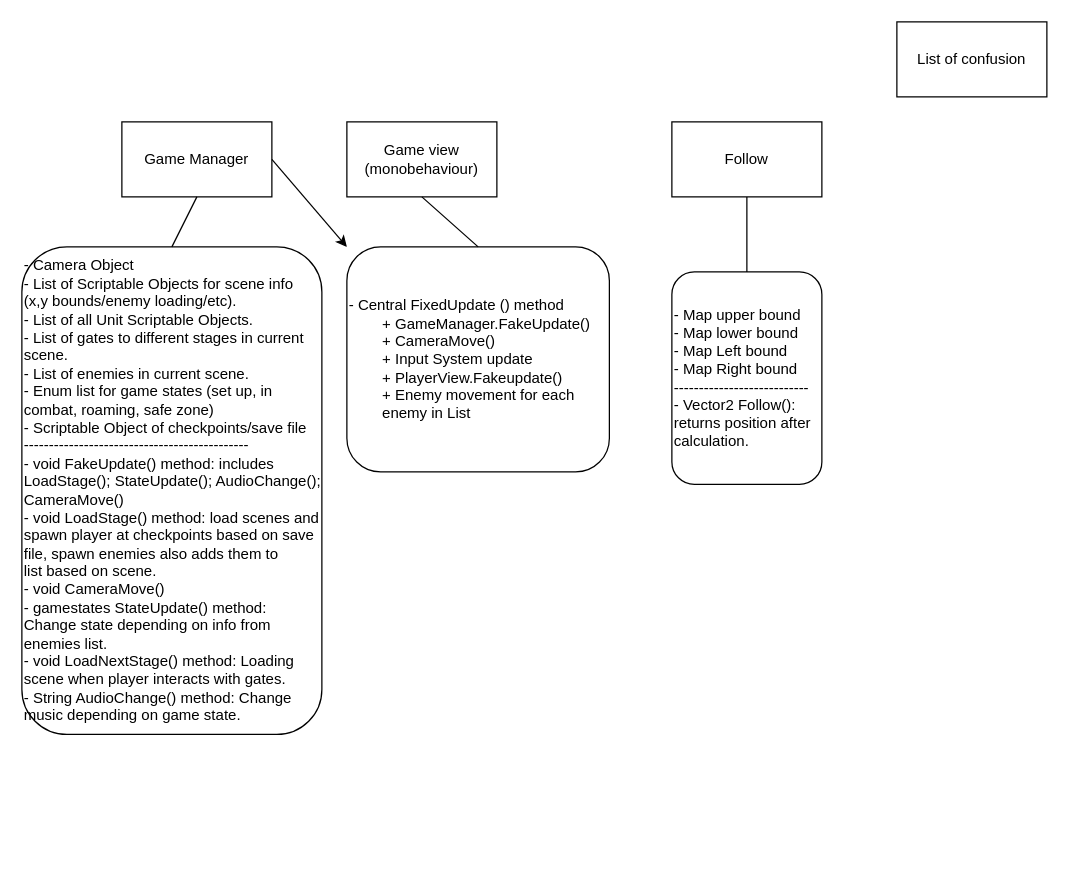
Above: Untitled Diagram.drawio in critschris/Attempt-at-Hollow-knight (draw.io), before the change. Source tidied: cells renumbered, new cells numbered last; positions are measured from the earlier drawing's top-left corner, leaving out a move shared by most shapes. Both pictures are drawn from the tidied source at 125%, with x=0, y=0 at pixel (21, 21).
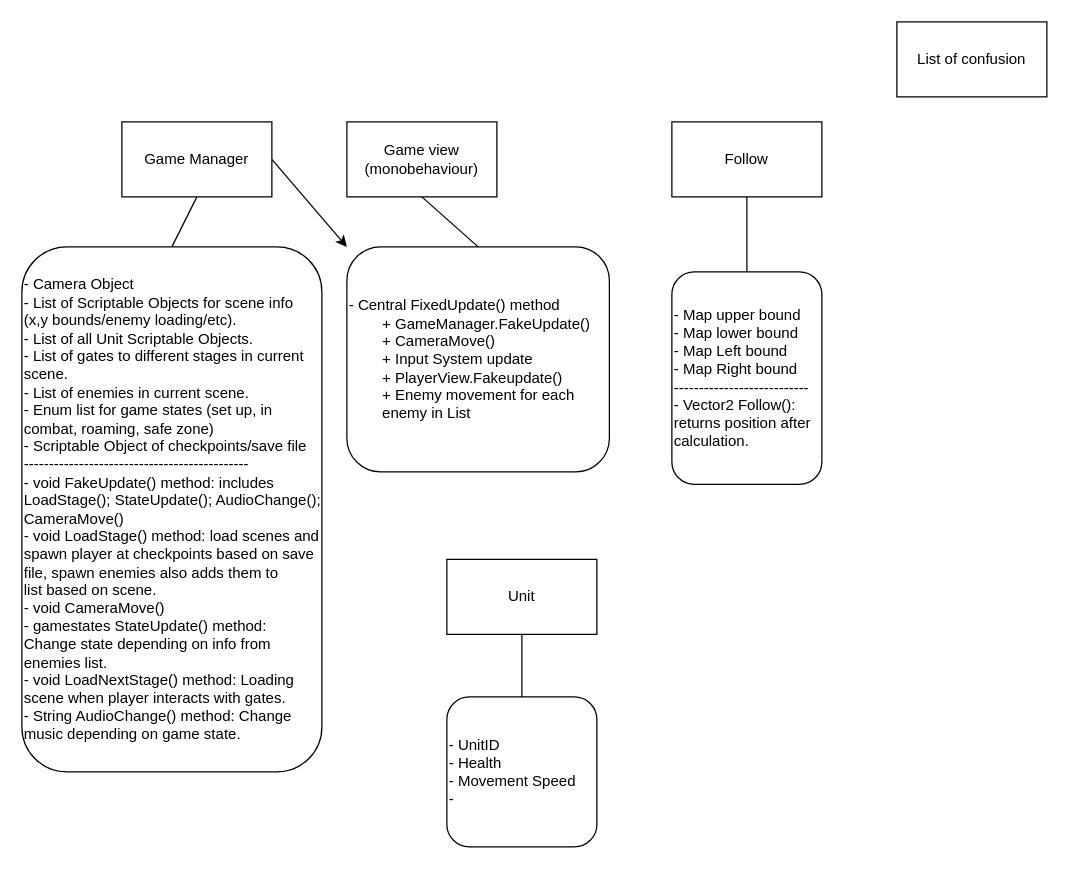
Above is the later version.

The edit, as a diff of the source:
```diff
@@
 <mxGraphModel>
   <root>
     <mxCell id="0" />
     <mxCell id="1" parent="0" />
     <mxCell id="2" value="Game Manager" style="rounded=0;whiteSpace=wrap;html=1;" parent="1" vertex="1">
       <mxGeometry x="80" y="80" width="120" height="60" as="geometry" />
     </mxCell>
     <mxCell id="3" value="&lt;div&gt;- Camera Object&lt;/div&gt;&lt;div&gt;- List of Scriptable Objects for scene info (x,y bounds/enemy loading/etc).&lt;/div&gt;&lt;div&gt;- List of all Unit Scriptable Objects.&lt;/div&gt;&lt;div&gt;- List of gates to different stages in current scene.&lt;/div&gt;&lt;div&gt;- List of enemies in current scene.&lt;br&gt;&lt;/div&gt;&lt;div&gt;- Enum list for game states (set up, in combat, roaming, safe zone)&lt;/div&gt;&lt;div&gt;- Scriptable Object of checkpoints/save file&lt;/div&gt;&lt;div&gt;---------------------------------------------&lt;/div&gt;&lt;div&gt;- void FakeUpdate() method: includes LoadStage(); StateUpdate(); AudioChange(); CameraMove()&lt;/div&gt;&lt;div&gt;- void LoadStage() method: load scenes and spawn player at checkpoints&amp;nbsp;&lt;span style=&quot;background-color: initial;&quot;&gt;based on save file&lt;/span&gt;&lt;span style=&quot;background-color: initial;&quot;&gt;, spawn enemies also adds them to list&amp;nbsp;&lt;/span&gt;&lt;span style=&quot;background-color: initial;&quot;&gt;based on scene&lt;/span&gt;&lt;span style=&quot;background-color: initial;&quot;&gt;.&lt;/span&gt;&lt;/div&gt;&lt;div&gt;&lt;span style=&quot;background-color: initial;&quot;&gt;- void CameraMove()&lt;/span&gt;&lt;/div&gt;&lt;div&gt;- gamestates StateUpdate() method: Change state depending on info from enemies list.&lt;/div&gt;&lt;div&gt;- void LoadNextStage() method: Loading scene when player interacts with gates.&lt;/div&gt;&lt;div&gt;- String AudioChange() method: Change music depending on game state.&lt;/div&gt;" style="rounded=1;whiteSpace=wrap;html=1;align=left;" parent="1" vertex="1">
-      <mxGeometry y="180" width="240" height="390" as="geometry" />
+      <mxGeometry y="180" width="240" height="420" as="geometry" />
     </mxCell>
     <mxCell id="4" style="endArrow=none;html=1;rounded=0;exitX=0.5;exitY=0;exitDx=0;exitDy=0;entryX=0.5;entryY=1;entryDx=0;entryDy=0;" parent="1" edge="1" source="3" target="2">
       <mxGeometry relative="1" as="geometry" />
     </mxCell>
     <mxCell id="5" value="Game view (monobehaviour)" style="rounded=0;whiteSpace=wrap;html=1;" parent="1" vertex="1">
       <mxGeometry x="260" y="80" width="120" height="60" as="geometry" />
     </mxCell>
-    <mxCell id="6" value="&lt;div&gt;- Central FixedUpdate () method&lt;/div&gt;&lt;div&gt;&lt;span style=&quot;white-space: pre;&quot;&gt;&#9;&lt;/span&gt;+ GameManager.FakeUpdate()&lt;br&gt;&lt;/div&gt;&lt;div&gt;&lt;span style=&quot;white-space: pre;&quot;&gt;&#9;&lt;/span&gt;+ CameraMove()&lt;br&gt;&lt;/div&gt;&lt;div&gt;&lt;span style=&quot;white-space: pre;&quot;&gt;&#9;&lt;/span&gt;+ Input System update&lt;br&gt;&lt;/div&gt;&lt;div&gt;&lt;span style=&quot;white-space: pre;&quot;&gt;&#9;&lt;/span&gt;+ PlayerView.Fakeupdate()&lt;br&gt;&lt;/div&gt;&lt;div&gt;&lt;span style=&quot;white-space: pre;&quot;&gt;&#9;&lt;/span&gt;+ Enemy movement for each &lt;span style=&quot;white-space: pre;&quot;&gt;&#9;&lt;/span&gt;enemy in List&lt;/div&gt;" style="rounded=1;whiteSpace=wrap;html=1;align=left;" parent="1" vertex="1">
+    <mxCell id="6" value="&lt;div&gt;- Central FixedUpdate() method&lt;/div&gt;&lt;div&gt;&lt;span style=&quot;white-space: pre;&quot;&gt;&#9;&lt;/span&gt;+ GameManager.FakeUpdate()&lt;br&gt;&lt;/div&gt;&lt;div&gt;&lt;span style=&quot;white-space: pre;&quot;&gt;&#9;&lt;/span&gt;+ CameraMove()&lt;br&gt;&lt;/div&gt;&lt;div&gt;&lt;span style=&quot;white-space: pre;&quot;&gt;&#9;&lt;/span&gt;+ Input System update&lt;br&gt;&lt;/div&gt;&lt;div&gt;&lt;span style=&quot;white-space: pre;&quot;&gt;&#9;&lt;/span&gt;+ PlayerView.Fakeupdate()&lt;br&gt;&lt;/div&gt;&lt;div&gt;&lt;span style=&quot;white-space: pre;&quot;&gt;&#9;&lt;/span&gt;+ Enemy movement for each &lt;span style=&quot;white-space: pre;&quot;&gt;&#9;&lt;/span&gt;enemy in List&lt;/div&gt;" style="rounded=1;whiteSpace=wrap;html=1;align=left;" parent="1" vertex="1">
       <mxGeometry x="260" y="180" width="210" height="180" as="geometry" />
     </mxCell>
     <mxCell id="7" style="endArrow=none;html=1;rounded=0;exitX=0.5;exitY=1;exitDx=0;exitDy=0;entryX=0.5;entryY=0;entryDx=0;entryDy=0;" parent="1" edge="1" source="5" target="6">
       <mxGeometry relative="1" as="geometry" />
     </mxCell>
     <mxCell id="8" value="List of confusion" style="rounded=0;whiteSpace=wrap;html=1;" parent="1" vertex="1">
       <mxGeometry x="700" width="120" height="60" as="geometry" />
     </mxCell>
     <mxCell id="9" style="endArrow=classic;html=1;rounded=0;exitX=1;exitY=0.5;exitDx=0;exitDy=0;entryX=0;entryY=0;entryDx=0;entryDy=0;" parent="1" edge="1" source="2" target="6">
       <mxGeometry relative="1" as="geometry" />
     </mxCell>
     <mxCell id="10" value="Follow" style="rounded=0;whiteSpace=wrap;html=1;" parent="1" vertex="1">
       <mxGeometry x="520" y="80" width="120" height="60" as="geometry" />
     </mxCell>
     <mxCell id="11" value="- Map upper bound&lt;div&gt;- Map lower bound&lt;/div&gt;&lt;div&gt;- Map Left bound&lt;/div&gt;&lt;div&gt;- Map Right bound&lt;/div&gt;&lt;div&gt;---------------------------&lt;/div&gt;&lt;div&gt;- Vector2 Follow(): returns position after calculation.&lt;/div&gt;" style="rounded=1;whiteSpace=wrap;html=1;align=left;" parent="1" vertex="1">
       <mxGeometry x="520" y="200" width="120" height="170" as="geometry" />
     </mxCell>
     <mxCell id="12" style="endArrow=none;html=1;rounded=0;exitX=0.5;exitY=0;exitDx=0;exitDy=0;entryX=0.5;entryY=1;entryDx=0;entryDy=0;" parent="1" edge="1" source="11" target="10">
       <mxGeometry relative="1" as="geometry" />
     </mxCell>
+    <mxCell id="13" value="Unit" style="rounded=0;whiteSpace=wrap;html=1;" parent="1" vertex="1">
+      <mxGeometry x="340" y="430" width="120" height="60" as="geometry" />
+    </mxCell>
+    <mxCell id="14" value="- UnitID&lt;div&gt;- Health&lt;/div&gt;&lt;div&gt;- Movement Speed&lt;/div&gt;&lt;div&gt;-&amp;nbsp;&lt;/div&gt;" style="rounded=1;whiteSpace=wrap;html=1;align=left;" parent="1" vertex="1">
+      <mxGeometry x="340" y="540" width="120" height="120" as="geometry" />
+    </mxCell>
+    <mxCell id="15" style="endArrow=none;html=1;rounded=0;entryX=0.5;entryY=1;entryDx=0;entryDy=0;exitX=0.5;exitY=0;exitDx=0;exitDy=0;" parent="1" edge="1" source="14" target="13">
+      <mxGeometry relative="1" as="geometry" />
+    </mxCell>
   </root>
 </mxGraphModel>
```
